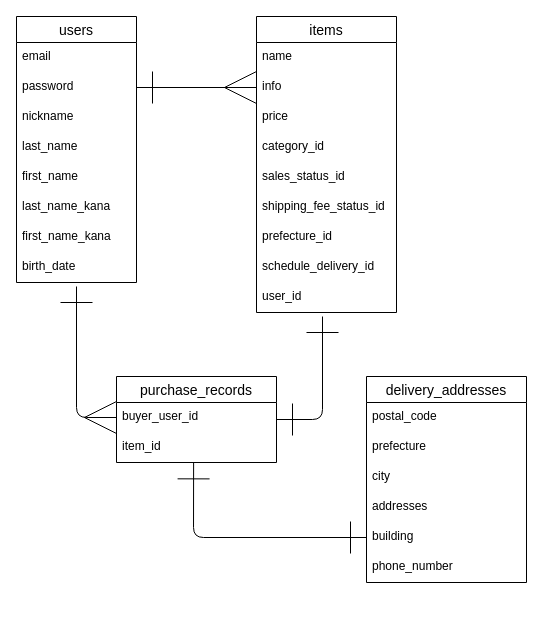
Above: ER.dio in satoru0725/furima-37585 (draw.io), before the change. Source tidied: cells renumbered, new cells numbered last; positions are measured from the earlier drawing's top-left corner, leaving out a move shared by most shapes. Both pictures are drawn from the tidied source at 100%, with x=0, y=0 at pixel (16, 16).
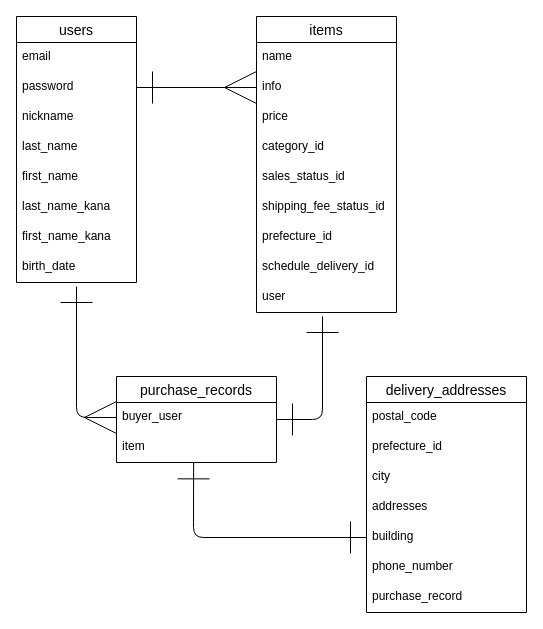
Above is the later version.

Unchanged cells that the change refers to:
```xml
<mxCell id="11" value="items" style="swimlane;fontStyle=0;horizontal=1;startSize=26;align=center;fontSize=14;" parent="1" vertex="1">
  <mxGeometry x="240" width="140" height="296" as="geometry" />
</mxCell>
<mxCell id="22" value="purchase_records" style="swimlane;fontStyle=0;horizontal=1;startSize=26;align=center;fontSize=14;" parent="1" vertex="1">
  <mxGeometry x="100" y="360" width="160" height="86" as="geometry" />
</mxCell>
```

Diff of the diagram source:
```diff
@@
-    <mxCell id="20" value="user_id" style="text;strokeColor=none;fillColor=none;spacingLeft=4;spacingRight=4;overflow=hidden;fontSize=12;" parent="11" vertex="1">
+    <mxCell id="20" value="user" style="text;strokeColor=none;fillColor=none;spacingLeft=4;spacingRight=4;overflow=hidden;fontSize=12;" parent="11" vertex="1">
       <mxGeometry y="266" width="140" height="30" as="geometry" />
     </mxCell>
@@
-    <mxCell id="23" value="buyer_user_id" style="text;strokeColor=none;fillColor=none;spacingLeft=4;spacingRight=4;overflow=hidden;points=[[0,0.5],[1,0.5]];portConstraint=eastwest;fontSize=12;" parent="22" vertex="1">
+    <mxCell id="23" value="buyer_user" style="text;strokeColor=none;fillColor=none;spacingLeft=4;spacingRight=4;overflow=hidden;points=[[0,0.5],[1,0.5]];portConstraint=eastwest;fontSize=12;" parent="22" vertex="1">
       <mxGeometry y="26" width="160" height="30" as="geometry" />
     </mxCell>
-    <mxCell id="24" value="item_id" style="text;strokeColor=none;fillColor=none;spacingLeft=4;spacingRight=4;overflow=hidden;points=[[0,0.5],[1,0.5]];portConstraint=eastwest;fontSize=12;" parent="22" vertex="1">
+    <mxCell id="24" value="item" style="text;strokeColor=none;fillColor=none;spacingLeft=4;spacingRight=4;overflow=hidden;points=[[0,0.5],[1,0.5]];portConstraint=eastwest;fontSize=12;" parent="22" vertex="1">
       <mxGeometry y="56" width="160" height="30" as="geometry" />
     </mxCell>
     <mxCell id="25" value="delivery_addresses" style="swimlane;fontStyle=0;horizontal=1;startSize=26;align=center;fontSize=14;" parent="1" vertex="1">
-      <mxGeometry x="350" y="360" width="160" height="206" as="geometry" />
+      <mxGeometry x="350" y="360" width="160" height="236" as="geometry" />
     </mxCell>
@@
-    <mxCell id="27" value="prefecture" style="text;strokeColor=none;fillColor=none;spacingLeft=4;spacingRight=4;overflow=hidden;fontSize=12;" parent="25" vertex="1">
+    <mxCell id="27" value="prefecture_id" style="text;strokeColor=none;fillColor=none;spacingLeft=4;spacingRight=4;overflow=hidden;fontSize=12;" parent="25" vertex="1">
       <mxGeometry y="56" width="160" height="30" as="geometry" />
     </mxCell>
@@
+    <mxCell id="35" value="purchase_record" style="text;strokeColor=none;fillColor=none;spacingLeft=4;spacingRight=4;overflow=hidden;fontSize=12;" parent="25" vertex="1">
+      <mxGeometry y="206" width="160" height="30" as="geometry" />
+    </mxCell>
```
